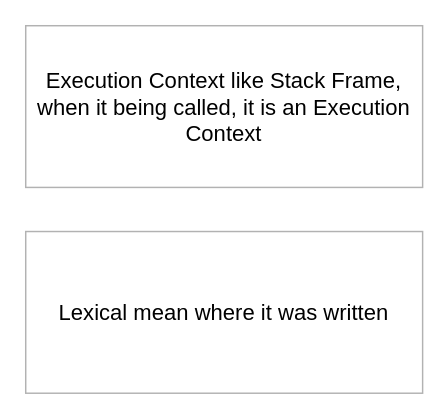
Before: page "Lexical vs Execution" (4 of 4) of 5. Context_And_Environment.drawio in tin-pham/AdvanceJavaScriptRoadmap, a draw.io diagram. Source tidied: cells renumbered, new cells numbered last; positions are measured from the earlier drawing's top-left corner, leaving out a move shared by most shapes. Both pictures are drawn from the tidied source at 147%, with x=0, y=0 at pixel (25, 25).
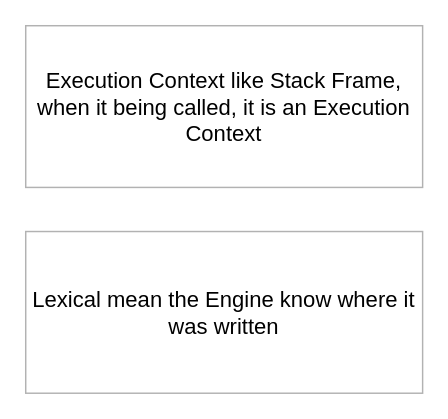
After the change.

Diff of the diagram source:
```diff
@@
 <mxGraphModel>
   <root>
     <mxCell id="0" />
     <mxCell id="1" parent="0" />
     <mxCell id="2" value="Execution Context like Stack Frame, when it being called, it is an Execution Context" style="rounded=0;whiteSpace=wrap;html=1;fontFamily=Comfortaa;fontSize=15;gradientColor=none;opacity=30;" parent="1" vertex="1">
       <mxGeometry width="270" height="110" as="geometry" />
     </mxCell>
-    <mxCell id="3" value="Lexical mean where it was written" style="rounded=0;whiteSpace=wrap;html=1;fontFamily=Comfortaa;fontSize=15;gradientColor=none;opacity=30;" parent="1" vertex="1">
+    <mxCell id="3" value="Lexical mean the Engine know where it was written" style="rounded=0;whiteSpace=wrap;html=1;fontFamily=Comfortaa;fontSize=15;gradientColor=none;opacity=30;" parent="1" vertex="1">
       <mxGeometry y="140" width="270" height="110" as="geometry" />
     </mxCell>
   </root>
 </mxGraphModel>
```
